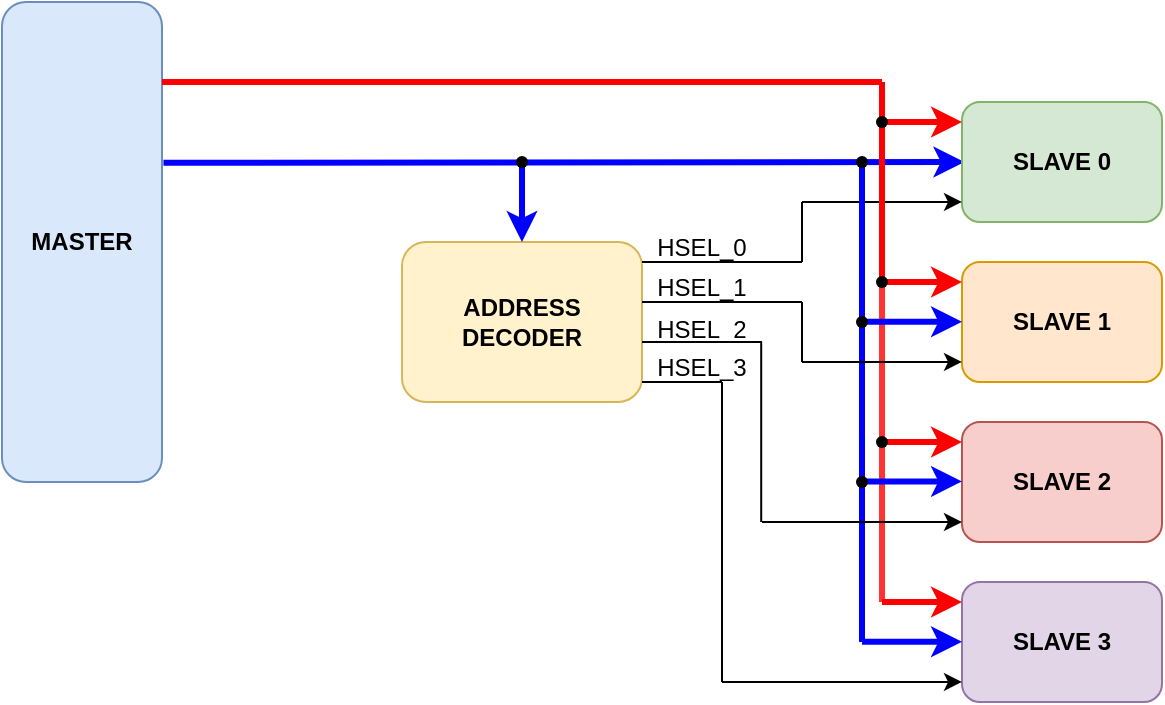
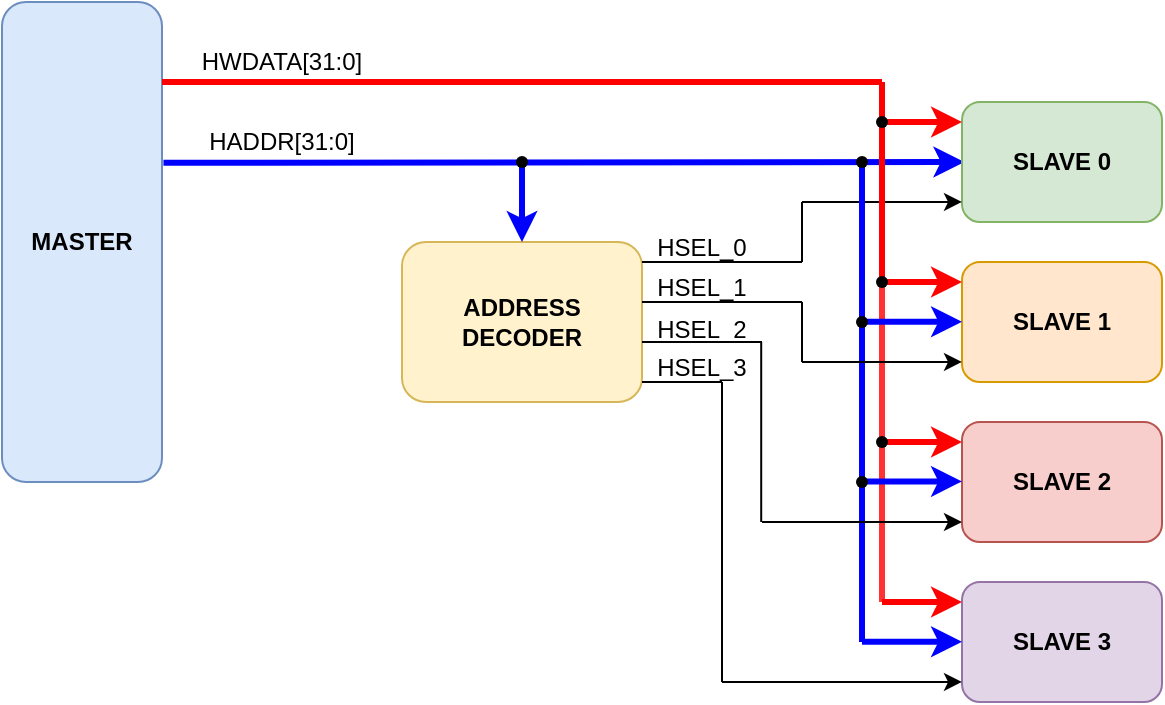
<mxfile host="app.diagrams.net" agent="Mozilla/5.0 (Windows NT 10.0; Win64; x64) AppleWebKit/537.36 (KHTML, like Gecko) Chrome/144.0.0.0 Safari/537.36 Edg/144.0.0.0" pages="4">
  <diagram id="00dOMP4ly3Yvcw6Omt_P" name="AHB Block Diagram">
-     <mxGraphModel dx="255" dy="368" grid="1" gridSize="10" guides="1" tooltips="1" connect="1" arrows="1" fold="1" page="1" pageScale="1" pageWidth="850" pageHeight="1100" math="0" shadow="0">
+     <mxGraphModel dx="364" dy="526" grid="1" gridSize="10" guides="1" tooltips="1" connect="1" arrows="1" fold="1" page="1" pageScale="1" pageWidth="850" pageHeight="1100" math="0" shadow="0">
      <root>
        <mxCell id="0" />
        <mxCell id="1" parent="0" />
        <mxCell id="WVtcaOnAu4kVJNJomXHp-1" parent="1" style="rounded=1;whiteSpace=wrap;html=1;fillColor=#dae8fc;strokeColor=#6c8ebf;" value="&lt;b&gt;MASTER&lt;/b&gt;" vertex="1">
          <mxGeometry height="240" width="80" x="80" y="160" as="geometry" />
        </mxCell>
        <mxCell id="WVtcaOnAu4kVJNJomXHp-3" parent="1" style="rounded=1;whiteSpace=wrap;html=1;fillColor=#fff2cc;strokeColor=#d6b656;" value="&lt;b&gt;ADDRESS DECODER&lt;/b&gt;" vertex="1">
          <mxGeometry height="80" width="120" x="280" y="280" as="geometry" />
        </mxCell>
        <mxCell id="WVtcaOnAu4kVJNJomXHp-4" edge="1" parent="1" source="WVtcaOnAu4kVJNJomXHp-1" style="endArrow=classic;html=1;rounded=0;exitX=1.009;exitY=0.335;exitDx=0;exitDy=0;exitPerimeter=0;strokeWidth=3;strokeColor=#0000FF;" value="">
          <mxGeometry height="50" relative="1" width="50" as="geometry">
            <mxPoint x="170" y="240" as="sourcePoint" />
            <mxPoint x="561.2" y="240" as="targetPoint" />
          </mxGeometry>
        </mxCell>
        <mxCell id="WVtcaOnAu4kVJNJomXHp-5" edge="1" parent="1" source="WVtcaOnAu4kVJNJomXHp-6" style="endArrow=classic;html=1;rounded=0;entryX=0.5;entryY=0;entryDx=0;entryDy=0;strokeWidth=3;strokeColor=#0000FF;" target="WVtcaOnAu4kVJNJomXHp-3" value="">
          <mxGeometry height="50" relative="1" width="50" as="geometry">
            <mxPoint x="340" y="240" as="sourcePoint" />
            <mxPoint x="390" y="190" as="targetPoint" />
          </mxGeometry>
        </mxCell>
        <mxCell id="WVtcaOnAu4kVJNJomXHp-6" parent="1" style="shape=waypoint;sketch=0;fillStyle=solid;size=6;pointerEvents=1;points=[];fillColor=none;resizable=0;rotatable=0;perimeter=centerPerimeter;snapToPoint=1;" value="" vertex="1">
          <mxGeometry height="20" width="20" x="330" y="230" as="geometry" />
        </mxCell>
        <mxCell id="WVtcaOnAu4kVJNJomXHp-7" parent="1" style="rounded=1;whiteSpace=wrap;html=1;fillColor=#d5e8d4;strokeColor=#82b366;fontStyle=1" value="SLAVE 0" vertex="1">
          <mxGeometry height="60" width="100" x="560" y="210" as="geometry" />
        </mxCell>
        <mxCell id="WVtcaOnAu4kVJNJomXHp-8" parent="1" style="rounded=1;whiteSpace=wrap;html=1;fillColor=#ffe6cc;strokeColor=#d79b00;fontStyle=1" value="SLAVE 1" vertex="1">
          <mxGeometry height="60" width="100" x="560" y="290" as="geometry" />
        </mxCell>
        <mxCell id="WVtcaOnAu4kVJNJomXHp-9" parent="1" style="rounded=1;whiteSpace=wrap;html=1;fillColor=#f8cecc;strokeColor=#b85450;fontStyle=1" value="SLAVE 2" vertex="1">
          <mxGeometry height="60" width="100" x="560" y="370" as="geometry" />
        </mxCell>
        <mxCell id="WVtcaOnAu4kVJNJomXHp-10" parent="1" style="rounded=1;whiteSpace=wrap;html=1;fillColor=#e1d5e7;strokeColor=#9673a6;fontStyle=1" value="SLAVE 3" vertex="1">
          <mxGeometry height="60" width="100" x="560" y="450" as="geometry" />
        </mxCell>
        <mxCell id="WVtcaOnAu4kVJNJomXHp-11" edge="1" parent="1" source="WVtcaOnAu4kVJNJomXHp-3" style="endArrow=none;html=1;rounded=0;exitX=1;exitY=0.125;exitDx=0;exitDy=0;exitPerimeter=0;" value="">
          <mxGeometry height="50" relative="1" width="50" as="geometry">
            <mxPoint x="410" y="290" as="sourcePoint" />
            <mxPoint x="480" y="290" as="targetPoint" />
          </mxGeometry>
        </mxCell>
        <mxCell id="WVtcaOnAu4kVJNJomXHp-12" edge="1" parent="1" style="endArrow=none;html=1;rounded=0;" value="">
          <mxGeometry height="50" relative="1" width="50" as="geometry">
            <mxPoint x="480" y="290" as="sourcePoint" />
            <mxPoint x="480" y="260" as="targetPoint" />
          </mxGeometry>
        </mxCell>
        <mxCell id="WVtcaOnAu4kVJNJomXHp-13" edge="1" parent="1" style="endArrow=classic;html=1;rounded=0;entryX=0;entryY=0.833;entryDx=0;entryDy=0;entryPerimeter=0;" target="WVtcaOnAu4kVJNJomXHp-7" value="">
          <mxGeometry height="50" relative="1" width="50" as="geometry">
            <mxPoint x="480" y="260" as="sourcePoint" />
            <mxPoint x="540" y="260" as="targetPoint" />
          </mxGeometry>
        </mxCell>
        <mxCell id="WVtcaOnAu4kVJNJomXHp-18" edge="1" parent="1" style="endArrow=none;html=1;rounded=0;strokeWidth=3;strokeColor=#FF0000;" value="">
          <mxGeometry height="50" relative="1" width="50" as="geometry">
            <mxPoint x="160" y="200" as="sourcePoint" />
            <mxPoint x="520" y="200" as="targetPoint" />
          </mxGeometry>
        </mxCell>
        <mxCell id="WVtcaOnAu4kVJNJomXHp-19" edge="1" parent="1" source="WVtcaOnAu4kVJNJomXHp-25" style="endArrow=none;html=1;rounded=0;strokeWidth=3;strokeColor=#FF0000;" value="">
          <mxGeometry height="50" relative="1" width="50" as="geometry">
            <mxPoint x="520" y="380" as="sourcePoint" />
            <mxPoint x="520" y="200" as="targetPoint" />
          </mxGeometry>
        </mxCell>
        <mxCell id="WVtcaOnAu4kVJNJomXHp-20" edge="1" parent="1" style="endArrow=classic;html=1;rounded=0;entryX=0;entryY=0.167;entryDx=0;entryDy=0;entryPerimeter=0;strokeWidth=3;strokeColor=#FF0000;" target="WVtcaOnAu4kVJNJomXHp-7" value="">
          <mxGeometry height="50" relative="1" width="50" as="geometry">
            <mxPoint x="520" y="220" as="sourcePoint" />
            <mxPoint x="570" y="170" as="targetPoint" />
          </mxGeometry>
        </mxCell>
        <mxCell id="WVtcaOnAu4kVJNJomXHp-22" edge="1" parent="1" style="endArrow=classic;html=1;rounded=0;entryX=0;entryY=0.167;entryDx=0;entryDy=0;entryPerimeter=0;strokeWidth=3;strokeColor=#FF0000;" value="">
          <mxGeometry height="50" relative="1" width="50" as="geometry">
            <mxPoint x="520" y="300" as="sourcePoint" />
            <mxPoint x="560" y="300" as="targetPoint" />
          </mxGeometry>
        </mxCell>
        <mxCell id="WVtcaOnAu4kVJNJomXHp-23" parent="1" style="shape=waypoint;sketch=0;fillStyle=solid;size=6;pointerEvents=1;points=[];fillColor=none;resizable=0;rotatable=0;perimeter=centerPerimeter;snapToPoint=1;" value="" vertex="1">
          <mxGeometry height="20" width="20" x="510" y="210" as="geometry" />
        </mxCell>
        <mxCell id="WVtcaOnAu4kVJNJomXHp-24" edge="1" parent="1" style="endArrow=classic;html=1;rounded=0;entryX=0;entryY=0.167;entryDx=0;entryDy=0;entryPerimeter=0;strokeWidth=3;strokeColor=#FF0000;" value="">
          <mxGeometry height="50" relative="1" width="50" as="geometry">
            <mxPoint x="520" y="380" as="sourcePoint" />
            <mxPoint x="560" y="380" as="targetPoint" />
          </mxGeometry>
        </mxCell>
        <mxCell id="WVtcaOnAu4kVJNJomXHp-26" edge="1" parent="1" style="endArrow=none;html=1;rounded=0;strokeWidth=3;strokeColor=#FF3333;" target="WVtcaOnAu4kVJNJomXHp-25" value="">
          <mxGeometry height="50" relative="1" width="50" as="geometry">
            <mxPoint x="520" y="460" as="sourcePoint" />
            <mxPoint x="520" y="200" as="targetPoint" />
          </mxGeometry>
        </mxCell>
        <mxCell id="WVtcaOnAu4kVJNJomXHp-25" parent="1" style="shape=waypoint;sketch=0;fillStyle=solid;size=6;pointerEvents=1;points=[];fillColor=none;resizable=0;rotatable=0;perimeter=centerPerimeter;snapToPoint=1;" value="" vertex="1">
          <mxGeometry height="20" width="20" x="510" y="290" as="geometry" />
        </mxCell>
        <mxCell id="WVtcaOnAu4kVJNJomXHp-27" edge="1" parent="1" style="endArrow=none;html=1;rounded=0;strokeWidth=3;strokeColor=#0000FF;" target="WVtcaOnAu4kVJNJomXHp-30" value="">
          <mxGeometry height="50" relative="1" width="50" as="geometry">
            <mxPoint x="510" y="480" as="sourcePoint" />
            <mxPoint x="510" y="240" as="targetPoint" />
          </mxGeometry>
        </mxCell>
        <mxCell id="WVtcaOnAu4kVJNJomXHp-28" edge="1" parent="1" style="endArrow=classic;html=1;rounded=0;entryX=0;entryY=0.167;entryDx=0;entryDy=0;entryPerimeter=0;strokeWidth=3;strokeColor=#0000FF;" value="">
          <mxGeometry height="50" relative="1" width="50" as="geometry">
            <mxPoint x="510" y="399.72" as="sourcePoint" />
            <mxPoint x="560" y="399.72" as="targetPoint" />
          </mxGeometry>
        </mxCell>
        <mxCell id="WVtcaOnAu4kVJNJomXHp-29" edge="1" parent="1" style="endArrow=classic;html=1;rounded=0;entryX=0;entryY=0.167;entryDx=0;entryDy=0;entryPerimeter=0;strokeWidth=3;strokeColor=#0000FF;" value="">
          <mxGeometry height="50" relative="1" width="50" as="geometry">
            <mxPoint x="510" y="319.86" as="sourcePoint" />
            <mxPoint x="560" y="319.86" as="targetPoint" />
          </mxGeometry>
        </mxCell>
        <mxCell id="WVtcaOnAu4kVJNJomXHp-30" parent="1" style="shape=waypoint;sketch=0;fillStyle=solid;size=6;pointerEvents=1;points=[];fillColor=none;resizable=0;rotatable=0;perimeter=centerPerimeter;snapToPoint=1;" value="" vertex="1">
          <mxGeometry height="20" width="20" x="500.0000000000001" y="230" as="geometry" />
        </mxCell>
        <mxCell id="WVtcaOnAu4kVJNJomXHp-31" parent="1" style="shape=waypoint;sketch=0;fillStyle=solid;size=6;pointerEvents=1;points=[];fillColor=none;resizable=0;rotatable=0;perimeter=centerPerimeter;snapToPoint=1;" value="" vertex="1">
          <mxGeometry height="20" width="20" x="500" y="310" as="geometry" />
        </mxCell>
        <mxCell id="WVtcaOnAu4kVJNJomXHp-32" edge="1" parent="1" style="endArrow=classic;html=1;rounded=0;entryX=0;entryY=0.167;entryDx=0;entryDy=0;entryPerimeter=0;strokeWidth=3;strokeColor=#FF0000;" value="">
          <mxGeometry height="50" relative="1" width="50" as="geometry">
            <mxPoint x="520" y="460" as="sourcePoint" />
            <mxPoint x="560" y="460" as="targetPoint" />
          </mxGeometry>
        </mxCell>
        <mxCell id="WVtcaOnAu4kVJNJomXHp-33" edge="1" parent="1" style="endArrow=classic;html=1;rounded=0;entryX=0;entryY=0.167;entryDx=0;entryDy=0;entryPerimeter=0;strokeWidth=3;strokeColor=#0000FF;" value="">
          <mxGeometry height="50" relative="1" width="50" as="geometry">
            <mxPoint x="510" y="479.88" as="sourcePoint" />
            <mxPoint x="560" y="479.88" as="targetPoint" />
          </mxGeometry>
        </mxCell>
        <mxCell id="WVtcaOnAu4kVJNJomXHp-34" parent="1" style="shape=waypoint;sketch=0;fillStyle=solid;size=6;pointerEvents=1;points=[];fillColor=none;resizable=0;rotatable=0;perimeter=centerPerimeter;snapToPoint=1;" value="" vertex="1">
          <mxGeometry height="20" width="20" x="510" y="370" as="geometry" />
        </mxCell>
        <mxCell id="WVtcaOnAu4kVJNJomXHp-35" parent="1" style="shape=waypoint;sketch=0;fillStyle=solid;size=6;pointerEvents=1;points=[];fillColor=none;resizable=0;rotatable=0;perimeter=centerPerimeter;snapToPoint=1;" value="" vertex="1">
          <mxGeometry height="20" width="20" x="500" y="390" as="geometry" />
        </mxCell>
        <mxCell id="WVtcaOnAu4kVJNJomXHp-38" edge="1" parent="1" style="endArrow=none;html=1;rounded=0;" value="">
          <mxGeometry height="50" relative="1" width="50" as="geometry">
            <mxPoint x="400" y="310" as="sourcePoint" />
            <mxPoint x="480" y="310" as="targetPoint" />
          </mxGeometry>
        </mxCell>
        <mxCell id="WVtcaOnAu4kVJNJomXHp-39" edge="1" parent="1" style="endArrow=none;html=1;rounded=0;" value="">
          <mxGeometry height="50" relative="1" width="50" as="geometry">
            <mxPoint x="400" y="330" as="sourcePoint" />
            <mxPoint x="460" y="330" as="targetPoint" />
          </mxGeometry>
        </mxCell>
        <mxCell id="WVtcaOnAu4kVJNJomXHp-40" edge="1" parent="1" style="endArrow=none;html=1;rounded=0;" value="">
          <mxGeometry height="50" relative="1" width="50" as="geometry">
            <mxPoint x="400" y="350" as="sourcePoint" />
            <mxPoint x="440" y="350" as="targetPoint" />
          </mxGeometry>
        </mxCell>
        <mxCell id="WVtcaOnAu4kVJNJomXHp-41" edge="1" parent="1" style="endArrow=none;html=1;rounded=0;" value="">
          <mxGeometry height="50" relative="1" width="50" as="geometry">
            <mxPoint x="440" y="500" as="sourcePoint" />
            <mxPoint x="440" y="350" as="targetPoint" />
          </mxGeometry>
        </mxCell>
        <mxCell id="WVtcaOnAu4kVJNJomXHp-42" edge="1" parent="1" style="endArrow=classic;html=1;rounded=0;entryX=0;entryY=0.833;entryDx=0;entryDy=0;entryPerimeter=0;" target="WVtcaOnAu4kVJNJomXHp-10" value="">
          <mxGeometry height="50" relative="1" width="50" as="geometry">
            <mxPoint x="440" y="499.98" as="sourcePoint" />
            <mxPoint x="470" y="450" as="targetPoint" />
          </mxGeometry>
        </mxCell>
        <mxCell id="WVtcaOnAu4kVJNJomXHp-43" edge="1" parent="1" style="endArrow=none;html=1;rounded=0;" value="">
          <mxGeometry height="50" relative="1" width="50" as="geometry">
            <mxPoint x="459.6" y="420" as="sourcePoint" />
            <mxPoint x="459.6" y="330" as="targetPoint" />
          </mxGeometry>
        </mxCell>
        <mxCell id="WVtcaOnAu4kVJNJomXHp-44" edge="1" parent="1" style="endArrow=classic;html=1;rounded=0;entryX=0;entryY=0.833;entryDx=0;entryDy=0;entryPerimeter=0;" value="">
          <mxGeometry height="50" relative="1" width="50" as="geometry">
            <mxPoint x="460" y="420" as="sourcePoint" />
            <mxPoint x="560" y="420" as="targetPoint" />
          </mxGeometry>
        </mxCell>
        <mxCell id="WVtcaOnAu4kVJNJomXHp-45" edge="1" parent="1" style="endArrow=none;html=1;rounded=0;" value="">
          <mxGeometry height="50" relative="1" width="50" as="geometry">
            <mxPoint x="480" y="340" as="sourcePoint" />
            <mxPoint x="480" y="310" as="targetPoint" />
          </mxGeometry>
        </mxCell>
        <mxCell id="WVtcaOnAu4kVJNJomXHp-46" edge="1" parent="1" style="endArrow=classic;html=1;rounded=0;entryX=0;entryY=0.833;entryDx=0;entryDy=0;entryPerimeter=0;" target="WVtcaOnAu4kVJNJomXHp-8" value="">
          <mxGeometry height="50" relative="1" width="50" as="geometry">
            <mxPoint x="480" y="340" as="sourcePoint" />
            <mxPoint x="550" y="340" as="targetPoint" />
          </mxGeometry>
        </mxCell>
        <mxCell id="WVtcaOnAu4kVJNJomXHp-47" parent="1" style="text;html=1;whiteSpace=wrap;strokeColor=none;fillColor=none;align=center;verticalAlign=middle;rounded=0;" value="HSEL_0" vertex="1">
          <mxGeometry height="15" width="60" x="400" y="275" as="geometry" />
        </mxCell>
        <mxCell id="WVtcaOnAu4kVJNJomXHp-48" parent="1" style="text;html=1;whiteSpace=wrap;strokeColor=none;fillColor=none;align=center;verticalAlign=middle;rounded=0;" value="HSEL_1" vertex="1">
          <mxGeometry height="15" width="60" x="400" y="295" as="geometry" />
        </mxCell>
        <mxCell id="WVtcaOnAu4kVJNJomXHp-49" parent="1" style="text;html=1;whiteSpace=wrap;strokeColor=none;fillColor=none;align=center;verticalAlign=middle;rounded=0;" value="HSEL_2" vertex="1">
          <mxGeometry height="7.5" width="60" x="400" y="320" as="geometry" />
        </mxCell>
        <mxCell id="WVtcaOnAu4kVJNJomXHp-50" parent="1" style="text;html=1;whiteSpace=wrap;strokeColor=none;fillColor=none;align=center;verticalAlign=middle;rounded=0;" value="HSEL_3" vertex="1">
          <mxGeometry height="15" width="60" x="400" y="335" as="geometry" />
+         </mxCell>
+         <mxCell id="WVtcaOnAu4kVJNJomXHp-51" parent="1" style="text;html=1;whiteSpace=wrap;strokeColor=none;fillColor=none;align=center;verticalAlign=middle;rounded=0;" value="HWDATA[31:0]" vertex="1">
+           <mxGeometry height="20" width="80" x="180" y="180" as="geometry" />
+         </mxCell>
+         <mxCell id="WVtcaOnAu4kVJNJomXHp-52" parent="1" style="text;html=1;whiteSpace=wrap;strokeColor=none;fillColor=none;align=center;verticalAlign=middle;rounded=0;" value="HADDR[31:0]" vertex="1">
+           <mxGeometry height="20" width="80" x="180" y="220" as="geometry" />
        </mxCell>
      </root>
    </mxGraphModel>
  </diagram>
  <diagram name="AHB Interface" id="AxdGKtdG9Rmgfqjtrl1U">
    <mxGraphModel dx="2046" dy="1106" grid="1" gridSize="10" guides="1" tooltips="1" connect="1" arrows="1" fold="1" page="1" pageScale="1" pageWidth="850" pageHeight="1100" math="0" shadow="0">
      <root>
        <mxCell id="0" />
        <mxCell id="1" parent="0" />
        <mxCell id="BZ9neWvH9tw47nREzwFn-1" parent="1" style="rounded=0;whiteSpace=wrap;html=1;" value="&lt;font style=&quot;font-size: 16px;&quot;&gt;&lt;b&gt;Manager&lt;/b&gt;&lt;/font&gt;" vertex="1">
          <mxGeometry height="200" width="120" x="400" y="80" as="geometry" />
        </mxCell>
        <mxCell id="BZ9neWvH9tw47nREzwFn-2" edge="1" parent="1" style="endArrow=classic;html=1;rounded=0;" value="">
          <mxGeometry height="50" relative="1" width="50" as="geometry">
            <mxPoint x="360" y="100" as="sourcePoint" />
            <mxPoint x="400" y="100" as="targetPoint" />
          </mxGeometry>
        </mxCell>
        <mxCell id="BZ9neWvH9tw47nREzwFn-3" edge="1" parent="1" style="endArrow=classic;html=1;rounded=0;" value="">
          <mxGeometry height="50" relative="1" width="50" as="geometry">
            <mxPoint x="360" y="120" as="sourcePoint" />
            <mxPoint x="400" y="120" as="targetPoint" />
          </mxGeometry>
        </mxCell>
        <mxCell id="BZ9neWvH9tw47nREzwFn-4" parent="1" style="text;html=1;whiteSpace=wrap;strokeColor=none;fillColor=none;align=center;verticalAlign=middle;rounded=0;fontStyle=1" value="HCLK" vertex="1">
          <mxGeometry height="20" width="40" x="320" y="90" as="geometry" />
        </mxCell>
        <mxCell id="BZ9neWvH9tw47nREzwFn-5" parent="1" style="text;html=1;whiteSpace=wrap;strokeColor=none;fillColor=none;align=center;verticalAlign=middle;rounded=0;fontStyle=1" value="HRESETn" vertex="1">
          <mxGeometry height="20" width="60" x="300" y="110" as="geometry" />
        </mxCell>
        <mxCell id="BZ9neWvH9tw47nREzwFn-6" parent="1" style="text;html=1;whiteSpace=wrap;strokeColor=none;fillColor=none;align=center;verticalAlign=middle;rounded=0;fontStyle=1" value="HREADY" vertex="1">
          <mxGeometry height="20" width="60" x="300" y="150" as="geometry" />
        </mxCell>
        <mxCell id="BZ9neWvH9tw47nREzwFn-7" edge="1" parent="1" style="endArrow=classic;html=1;rounded=0;" value="">
          <mxGeometry height="50" relative="1" width="50" as="geometry">
            <mxPoint x="360" y="160" as="sourcePoint" />
            <mxPoint x="400" y="160" as="targetPoint" />
          </mxGeometry>
        </mxCell>
        <mxCell id="BZ9neWvH9tw47nREzwFn-8" edge="1" parent="1" style="endArrow=classic;html=1;rounded=0;" value="">
          <mxGeometry height="50" relative="1" width="50" as="geometry">
            <mxPoint x="360" y="180" as="sourcePoint" />
            <mxPoint x="400" y="180" as="targetPoint" />
          </mxGeometry>
        </mxCell>
        <mxCell id="BZ9neWvH9tw47nREzwFn-9" parent="1" style="text;html=1;whiteSpace=wrap;strokeColor=none;fillColor=none;align=center;verticalAlign=middle;rounded=0;fontStyle=1" value="HSELx" vertex="1">
          <mxGeometry height="20" width="60" x="310" y="430" as="geometry" />
        </mxCell>
        <mxCell id="BZ9neWvH9tw47nREzwFn-10" edge="1" parent="1" style="endArrow=classic;html=1;rounded=0;" value="">
          <mxGeometry height="50" relative="1" width="50" as="geometry">
            <mxPoint x="360" y="260" as="sourcePoint" />
            <mxPoint x="400" y="260" as="targetPoint" />
          </mxGeometry>
        </mxCell>
        <mxCell id="BZ9neWvH9tw47nREzwFn-11" parent="1" style="text;html=1;whiteSpace=wrap;strokeColor=none;fillColor=none;align=center;verticalAlign=middle;rounded=0;fontStyle=1" value="HRDATA[31:0]" vertex="1">
          <mxGeometry height="20" width="90" x="270" y="250" as="geometry" />
        </mxCell>
        <mxCell id="BZ9neWvH9tw47nREzwFn-12" edge="1" parent="1" style="endArrow=classic;html=1;rounded=0;" value="">
          <mxGeometry height="50" relative="1" width="50" as="geometry">
            <mxPoint x="520" y="99.83" as="sourcePoint" />
            <mxPoint x="560" y="99.83" as="targetPoint" />
          </mxGeometry>
        </mxCell>
        <mxCell id="BZ9neWvH9tw47nREzwFn-13" edge="1" parent="1" style="endArrow=classic;html=1;rounded=0;" value="">
          <mxGeometry height="50" relative="1" width="50" as="geometry">
            <mxPoint x="520" y="119.83" as="sourcePoint" />
            <mxPoint x="560" y="119.83" as="targetPoint" />
          </mxGeometry>
        </mxCell>
        <mxCell id="BZ9neWvH9tw47nREzwFn-14" edge="1" parent="1" style="endArrow=classic;html=1;rounded=0;" value="">
          <mxGeometry height="50" relative="1" width="50" as="geometry">
            <mxPoint x="520" y="159.83" as="sourcePoint" />
            <mxPoint x="560" y="159.83" as="targetPoint" />
          </mxGeometry>
        </mxCell>
        <mxCell id="BZ9neWvH9tw47nREzwFn-15" edge="1" parent="1" style="endArrow=classic;html=1;rounded=0;" value="">
          <mxGeometry height="50" relative="1" width="50" as="geometry">
            <mxPoint x="520" y="140" as="sourcePoint" />
            <mxPoint x="560" y="140" as="targetPoint" />
          </mxGeometry>
        </mxCell>
        <mxCell id="BZ9neWvH9tw47nREzwFn-16" edge="1" parent="1" style="endArrow=classic;html=1;rounded=0;" value="">
          <mxGeometry height="50" relative="1" width="50" as="geometry">
            <mxPoint x="520" y="179.83" as="sourcePoint" />
            <mxPoint x="560" y="179.83" as="targetPoint" />
          </mxGeometry>
        </mxCell>
        <mxCell id="BZ9neWvH9tw47nREzwFn-17" edge="1" parent="1" style="endArrow=classic;html=1;rounded=0;" value="">
          <mxGeometry height="50" relative="1" width="50" as="geometry">
            <mxPoint x="520" y="200" as="sourcePoint" />
            <mxPoint x="560" y="200" as="targetPoint" />
          </mxGeometry>
        </mxCell>
        <mxCell id="BZ9neWvH9tw47nREzwFn-18" parent="1" style="text;html=1;whiteSpace=wrap;strokeColor=none;fillColor=none;align=center;verticalAlign=middle;rounded=0;fontStyle=1" value="HADDR[31:0]" vertex="1">
          <mxGeometry height="20" width="80" x="560" y="90" as="geometry" />
        </mxCell>
        <mxCell id="BZ9neWvH9tw47nREzwFn-19" parent="1" style="text;html=1;whiteSpace=wrap;strokeColor=none;fillColor=none;align=center;verticalAlign=middle;rounded=0;fontStyle=1" value="HWRITE" vertex="1">
          <mxGeometry height="20" width="60" x="560" y="110" as="geometry" />
        </mxCell>
        <mxCell id="BZ9neWvH9tw47nREzwFn-20" parent="1" style="text;html=1;whiteSpace=wrap;strokeColor=none;fillColor=none;align=center;verticalAlign=middle;rounded=0;fontStyle=1" value="HSIZE[2:0]" vertex="1">
          <mxGeometry height="20" width="70" x="560" y="130" as="geometry" />
        </mxCell>
        <mxCell id="BZ9neWvH9tw47nREzwFn-21" parent="1" style="text;html=1;whiteSpace=wrap;strokeColor=none;fillColor=none;align=center;verticalAlign=middle;rounded=0;fontStyle=1" value="HBURST[2:0]" vertex="1">
          <mxGeometry height="20" width="80" x="560" y="150" as="geometry" />
        </mxCell>
        <mxCell id="BZ9neWvH9tw47nREzwFn-22" parent="1" style="text;html=1;whiteSpace=wrap;strokeColor=none;fillColor=none;align=center;verticalAlign=middle;rounded=0;fontStyle=1" value="HPROT[3:0]" vertex="1">
          <mxGeometry height="20" width="80" x="560" y="170" as="geometry" />
        </mxCell>
        <mxCell id="BZ9neWvH9tw47nREzwFn-23" parent="1" style="text;html=1;whiteSpace=wrap;strokeColor=none;fillColor=none;align=center;verticalAlign=middle;rounded=0;fontStyle=1" value="HTRANS[1:0]" vertex="1">
          <mxGeometry height="20" width="80" x="560" y="190" as="geometry" />
        </mxCell>
        <mxCell id="BZ9neWvH9tw47nREzwFn-24" edge="1" parent="1" style="endArrow=classic;html=1;rounded=0;" value="">
          <mxGeometry height="50" relative="1" width="50" as="geometry">
            <mxPoint x="520" y="220" as="sourcePoint" />
            <mxPoint x="560" y="220" as="targetPoint" />
          </mxGeometry>
        </mxCell>
        <mxCell id="BZ9neWvH9tw47nREzwFn-25" parent="1" style="text;html=1;whiteSpace=wrap;strokeColor=none;fillColor=none;align=center;verticalAlign=middle;rounded=0;fontStyle=1" value="HMASTLOCK" vertex="1">
          <mxGeometry height="20" width="80" x="560" y="210" as="geometry" />
        </mxCell>
        <mxCell id="BZ9neWvH9tw47nREzwFn-26" edge="1" parent="1" style="endArrow=classic;html=1;rounded=0;" value="">
          <mxGeometry height="50" relative="1" width="50" as="geometry">
            <mxPoint x="520" y="259.8" as="sourcePoint" />
            <mxPoint x="560" y="259.8" as="targetPoint" />
          </mxGeometry>
        </mxCell>
        <mxCell id="BZ9neWvH9tw47nREzwFn-30" parent="1" style="text;html=1;whiteSpace=wrap;strokeColor=none;fillColor=none;align=center;verticalAlign=middle;rounded=0;fontStyle=1" value="HWDATA[31:0]" vertex="1">
          <mxGeometry height="20" width="95" x="555" y="250" as="geometry" />
        </mxCell>
        <mxCell id="BZ9neWvH9tw47nREzwFn-31" parent="1" style="rounded=0;whiteSpace=wrap;html=1;" value="&lt;font style=&quot;font-size: 16px;&quot;&gt;&lt;b&gt;Slave&lt;/b&gt;&lt;/font&gt;" vertex="1">
          <mxGeometry height="320" width="120" x="400" y="360" as="geometry" />
        </mxCell>
        <mxCell id="BZ9neWvH9tw47nREzwFn-32" edge="1" parent="1" style="endArrow=classic;html=1;rounded=0;" value="">
          <mxGeometry height="50" relative="1" width="50" as="geometry">
            <mxPoint x="360" y="489.83" as="sourcePoint" />
            <mxPoint x="400" y="489.83" as="targetPoint" />
          </mxGeometry>
        </mxCell>
        <mxCell id="BZ9neWvH9tw47nREzwFn-33" edge="1" parent="1" style="endArrow=classic;html=1;rounded=0;" value="">
          <mxGeometry height="50" relative="1" width="50" as="geometry">
            <mxPoint x="360" y="509.83" as="sourcePoint" />
            <mxPoint x="400" y="509.83" as="targetPoint" />
          </mxGeometry>
        </mxCell>
        <mxCell id="BZ9neWvH9tw47nREzwFn-34" edge="1" parent="1" style="endArrow=classic;html=1;rounded=0;" value="">
          <mxGeometry height="50" relative="1" width="50" as="geometry">
            <mxPoint x="360" y="549.83" as="sourcePoint" />
            <mxPoint x="400" y="549.83" as="targetPoint" />
          </mxGeometry>
        </mxCell>
        <mxCell id="BZ9neWvH9tw47nREzwFn-35" edge="1" parent="1" style="endArrow=classic;html=1;rounded=0;" value="">
          <mxGeometry height="50" relative="1" width="50" as="geometry">
            <mxPoint x="360" y="530" as="sourcePoint" />
            <mxPoint x="400" y="530" as="targetPoint" />
          </mxGeometry>
        </mxCell>
        <mxCell id="BZ9neWvH9tw47nREzwFn-36" edge="1" parent="1" style="endArrow=classic;html=1;rounded=0;" value="">
          <mxGeometry height="50" relative="1" width="50" as="geometry">
            <mxPoint x="360" y="569.83" as="sourcePoint" />
            <mxPoint x="400" y="569.83" as="targetPoint" />
          </mxGeometry>
        </mxCell>
        <mxCell id="BZ9neWvH9tw47nREzwFn-37" edge="1" parent="1" style="endArrow=classic;html=1;rounded=0;" value="">
          <mxGeometry height="50" relative="1" width="50" as="geometry">
            <mxPoint x="360" y="590" as="sourcePoint" />
            <mxPoint x="400" y="590" as="targetPoint" />
          </mxGeometry>
        </mxCell>
        <mxCell id="BZ9neWvH9tw47nREzwFn-38" parent="1" style="text;html=1;whiteSpace=wrap;strokeColor=none;fillColor=none;align=center;verticalAlign=middle;rounded=0;fontStyle=1" value="HADDR[31:0]" vertex="1">
          <mxGeometry height="20" width="80" x="275" y="480" as="geometry" />
        </mxCell>
        <mxCell id="BZ9neWvH9tw47nREzwFn-39" parent="1" style="text;html=1;whiteSpace=wrap;strokeColor=none;fillColor=none;align=center;verticalAlign=middle;rounded=0;fontStyle=1" value="HWRITE" vertex="1">
          <mxGeometry height="20" width="60" x="275" y="500" as="geometry" />
        </mxCell>
        <mxCell id="BZ9neWvH9tw47nREzwFn-40" parent="1" style="text;html=1;whiteSpace=wrap;strokeColor=none;fillColor=none;align=center;verticalAlign=middle;rounded=0;fontStyle=1" value="HSIZE[2:0]" vertex="1">
          <mxGeometry height="20" width="70" x="275" y="520" as="geometry" />
        </mxCell>
        <mxCell id="BZ9neWvH9tw47nREzwFn-41" parent="1" style="text;html=1;whiteSpace=wrap;strokeColor=none;fillColor=none;align=center;verticalAlign=middle;rounded=0;fontStyle=1" value="HBURST[2:0]" vertex="1">
          <mxGeometry height="20" width="80" x="275" y="540" as="geometry" />
        </mxCell>
        <mxCell id="BZ9neWvH9tw47nREzwFn-42" parent="1" style="text;html=1;whiteSpace=wrap;strokeColor=none;fillColor=none;align=center;verticalAlign=middle;rounded=0;fontStyle=1" value="HPROT[3:0]" vertex="1">
          <mxGeometry height="20" width="80" x="275" y="560" as="geometry" />
        </mxCell>
        <mxCell id="BZ9neWvH9tw47nREzwFn-43" parent="1" style="text;html=1;whiteSpace=wrap;strokeColor=none;fillColor=none;align=center;verticalAlign=middle;rounded=0;fontStyle=1" value="HTRANS[1:0]" vertex="1">
          <mxGeometry height="20" width="80" x="275" y="580" as="geometry" />
        </mxCell>
        <mxCell id="BZ9neWvH9tw47nREzwFn-44" edge="1" parent="1" style="endArrow=classic;html=1;rounded=0;" value="">
          <mxGeometry height="50" relative="1" width="50" as="geometry">
            <mxPoint x="360" y="610" as="sourcePoint" />
            <mxPoint x="400" y="610" as="targetPoint" />
          </mxGeometry>
        </mxCell>
        <mxCell id="BZ9neWvH9tw47nREzwFn-45" parent="1" style="text;html=1;whiteSpace=wrap;strokeColor=none;fillColor=none;align=center;verticalAlign=middle;rounded=0;fontStyle=1" value="HMASTLOCK" vertex="1">
          <mxGeometry height="20" width="80" x="275" y="600" as="geometry" />
        </mxCell>
        <mxCell id="BZ9neWvH9tw47nREzwFn-46" edge="1" parent="1" style="endArrow=classic;html=1;rounded=0;" value="">
          <mxGeometry height="50" relative="1" width="50" as="geometry">
            <mxPoint x="360" y="649.8" as="sourcePoint" />
            <mxPoint x="400" y="649.8" as="targetPoint" />
          </mxGeometry>
        </mxCell>
        <mxCell id="BZ9neWvH9tw47nREzwFn-47" parent="1" style="text;html=1;whiteSpace=wrap;strokeColor=none;fillColor=none;align=center;verticalAlign=middle;rounded=0;fontStyle=1" value="HWDATA[31:0]" vertex="1">
          <mxGeometry height="20" width="95" x="270" y="640" as="geometry" />
        </mxCell>
        <mxCell id="BZ9neWvH9tw47nREzwFn-49" edge="1" parent="1" style="endArrow=classic;html=1;rounded=0;" value="">
          <mxGeometry height="50" relative="1" width="50" as="geometry">
            <mxPoint x="360" y="380" as="sourcePoint" />
            <mxPoint x="400" y="380" as="targetPoint" />
          </mxGeometry>
        </mxCell>
        <mxCell id="BZ9neWvH9tw47nREzwFn-50" edge="1" parent="1" style="endArrow=classic;html=1;rounded=0;" value="">
          <mxGeometry height="50" relative="1" width="50" as="geometry">
            <mxPoint x="360" y="400" as="sourcePoint" />
            <mxPoint x="400" y="400" as="targetPoint" />
          </mxGeometry>
        </mxCell>
        <mxCell id="BZ9neWvH9tw47nREzwFn-51" edge="1" parent="1" style="endArrow=classic;html=1;rounded=0;" value="">
          <mxGeometry height="50" relative="1" width="50" as="geometry">
            <mxPoint x="360" y="440" as="sourcePoint" />
            <mxPoint x="400" y="440" as="targetPoint" />
          </mxGeometry>
        </mxCell>
        <mxCell id="BZ9neWvH9tw47nREzwFn-52" parent="1" style="text;html=1;whiteSpace=wrap;strokeColor=none;fillColor=none;align=center;verticalAlign=middle;rounded=0;fontStyle=1" value="HCLK" vertex="1">
          <mxGeometry height="20" width="40" x="320" y="370" as="geometry" />
        </mxCell>
        <mxCell id="BZ9neWvH9tw47nREzwFn-53" parent="1" style="text;html=1;whiteSpace=wrap;strokeColor=none;fillColor=none;align=center;verticalAlign=middle;rounded=0;fontStyle=1" value="HRESETn" vertex="1">
          <mxGeometry height="20" width="60" x="300" y="390" as="geometry" />
        </mxCell>
        <mxCell id="BZ9neWvH9tw47nREzwFn-54" parent="1" style="shape=curlyBracket;whiteSpace=wrap;html=1;rounded=1;labelPosition=left;verticalLabelPosition=middle;align=right;verticalAlign=middle;" value="" vertex="1">
          <mxGeometry height="35" width="20" x="230" y="90" as="geometry" />
        </mxCell>
        <mxCell id="BZ9neWvH9tw47nREzwFn-55" parent="1" style="text;html=1;whiteSpace=wrap;strokeColor=none;fillColor=none;align=center;verticalAlign=middle;rounded=0;fontStyle=1" value="HRESP" vertex="1">
          <mxGeometry height="20" width="60" x="300" y="170" as="geometry" />
        </mxCell>
        <mxCell id="BZ9neWvH9tw47nREzwFn-56" parent="1" style="shape=curlyBracket;whiteSpace=wrap;html=1;rounded=1;labelPosition=left;verticalLabelPosition=middle;align=right;verticalAlign=middle;" value="" vertex="1">
          <mxGeometry height="140" width="20" x="230" y="480" as="geometry" />
        </mxCell>
        <mxCell id="BZ9neWvH9tw47nREzwFn-57" parent="1" style="shape=curlyBracket;whiteSpace=wrap;html=1;rounded=1;labelPosition=left;verticalLabelPosition=middle;align=right;verticalAlign=middle;rotation=-180;" value="" vertex="1">
          <mxGeometry height="135" width="20" x="650" y="90" as="geometry" />
        </mxCell>
        <mxCell id="BZ9neWvH9tw47nREzwFn-58" parent="1" style="text;html=1;whiteSpace=wrap;strokeColor=none;fillColor=none;align=center;verticalAlign=middle;rounded=0;fontStyle=1" value="&lt;span style=&quot;font-weight: normal;&quot;&gt;Global signals&lt;/span&gt;" vertex="1">
          <mxGeometry height="20" width="90" x="140" y="97.5" as="geometry" />
        </mxCell>
        <mxCell id="BZ9neWvH9tw47nREzwFn-59" parent="1" style="text;html=1;whiteSpace=wrap;strokeColor=none;fillColor=none;align=center;verticalAlign=middle;rounded=0;fontStyle=1" value="&lt;span style=&quot;font-weight: normal;&quot;&gt;Transfer response&lt;/span&gt;" vertex="1">
          <mxGeometry height="20" width="60" x="170" y="157.5" as="geometry" />
        </mxCell>
        <mxCell id="BZ9neWvH9tw47nREzwFn-60" parent="1" style="text;html=1;whiteSpace=wrap;strokeColor=none;fillColor=none;align=center;verticalAlign=middle;rounded=0;fontStyle=1" value="&lt;span style=&quot;font-weight: normal;&quot;&gt;Data&lt;/span&gt;" vertex="1">
          <mxGeometry height="20" width="60" x="170" y="250" as="geometry" />
        </mxCell>
        <mxCell id="BZ9neWvH9tw47nREzwFn-61" parent="1" style="text;html=1;whiteSpace=wrap;strokeColor=none;fillColor=none;align=center;verticalAlign=middle;rounded=0;fontStyle=1" value="&lt;span style=&quot;font-weight: normal;&quot;&gt;Address and control signals&lt;/span&gt;" vertex="1">
          <mxGeometry height="37.5" width="90" x="670" y="140" as="geometry" />
        </mxCell>
        <mxCell id="BZ9neWvH9tw47nREzwFn-62" parent="1" style="shape=curlyBracket;whiteSpace=wrap;html=1;rounded=1;labelPosition=left;verticalLabelPosition=middle;align=right;verticalAlign=middle;" value="" vertex="1">
          <mxGeometry height="35" width="20" x="230" y="150" as="geometry" />
        </mxCell>
        <mxCell id="BZ9neWvH9tw47nREzwFn-63" parent="1" style="text;html=1;whiteSpace=wrap;strokeColor=none;fillColor=none;align=center;verticalAlign=middle;rounded=0;fontStyle=1" value="&lt;span style=&quot;font-weight: normal;&quot;&gt;Address and control signals&lt;/span&gt;" vertex="1">
          <mxGeometry height="37.5" width="90" x="140" y="531" as="geometry" />
        </mxCell>
        <mxCell id="BZ9neWvH9tw47nREzwFn-64" parent="1" style="shape=curlyBracket;whiteSpace=wrap;html=1;rounded=1;labelPosition=left;verticalLabelPosition=middle;align=right;verticalAlign=middle;" value="" vertex="1">
          <mxGeometry height="35" width="20" x="230" y="375" as="geometry" />
        </mxCell>
        <mxCell id="BZ9neWvH9tw47nREzwFn-65" parent="1" style="text;html=1;whiteSpace=wrap;strokeColor=none;fillColor=none;align=center;verticalAlign=middle;rounded=0;fontStyle=1" value="&lt;span style=&quot;font-weight: normal;&quot;&gt;Global signals&lt;/span&gt;" vertex="1">
          <mxGeometry height="20" width="90" x="140" y="382.5" as="geometry" />
        </mxCell>
        <mxCell id="BZ9neWvH9tw47nREzwFn-66" parent="1" style="text;html=1;whiteSpace=wrap;strokeColor=none;fillColor=none;align=center;verticalAlign=middle;rounded=0;fontStyle=1" value="&lt;span style=&quot;font-weight: normal;&quot;&gt;Data&lt;/span&gt;" vertex="1">
          <mxGeometry height="20" width="60" x="670" y="250" as="geometry" />
        </mxCell>
        <mxCell id="BZ9neWvH9tw47nREzwFn-67" edge="1" parent="1" style="endArrow=classic;html=1;rounded=0;" value="">
          <mxGeometry height="50" relative="1" width="50" as="geometry">
            <mxPoint x="520" y="490" as="sourcePoint" />
            <mxPoint x="560" y="490" as="targetPoint" />
          </mxGeometry>
        </mxCell>
        <mxCell id="BZ9neWvH9tw47nREzwFn-68" edge="1" parent="1" style="endArrow=classic;html=1;rounded=0;" value="">
          <mxGeometry height="50" relative="1" width="50" as="geometry">
            <mxPoint x="520" y="510" as="sourcePoint" />
            <mxPoint x="560" y="510" as="targetPoint" />
          </mxGeometry>
        </mxCell>
        <mxCell id="BZ9neWvH9tw47nREzwFn-69" parent="1" style="text;html=1;whiteSpace=wrap;strokeColor=none;fillColor=none;align=center;verticalAlign=middle;rounded=0;fontStyle=1" value="HREADY" vertex="1">
          <mxGeometry height="20" width="60" x="560" y="480" as="geometry" />
        </mxCell>
        <mxCell id="BZ9neWvH9tw47nREzwFn-70" parent="1" style="text;html=1;whiteSpace=wrap;strokeColor=none;fillColor=none;align=center;verticalAlign=middle;rounded=0;fontStyle=1" value="HRESP" vertex="1">
          <mxGeometry height="20" width="60" x="560" y="500" as="geometry" />
        </mxCell>
        <mxCell id="BZ9neWvH9tw47nREzwFn-71" edge="1" parent="1" style="endArrow=classic;html=1;rounded=0;" value="">
          <mxGeometry height="50" relative="1" width="50" as="geometry">
            <mxPoint x="520" y="649.6600000000001" as="sourcePoint" />
            <mxPoint x="560" y="649.6600000000001" as="targetPoint" />
          </mxGeometry>
        </mxCell>
        <mxCell id="BZ9neWvH9tw47nREzwFn-72" parent="1" style="text;html=1;whiteSpace=wrap;strokeColor=none;fillColor=none;align=center;verticalAlign=middle;rounded=0;fontStyle=1" value="HRDATA[31:0]" vertex="1">
          <mxGeometry height="20" width="90" x="560" y="640" as="geometry" />
        </mxCell>
        <mxCell id="BZ9neWvH9tw47nREzwFn-73" parent="1" style="text;html=1;whiteSpace=wrap;strokeColor=none;fillColor=none;align=center;verticalAlign=middle;rounded=0;fontStyle=1" value="&lt;span style=&quot;font-weight: normal;&quot;&gt;Data&lt;/span&gt;" vertex="1">
          <mxGeometry height="20" width="60" x="155" y="640" as="geometry" />
        </mxCell>
        <mxCell id="BZ9neWvH9tw47nREzwFn-74" parent="1" style="text;html=1;whiteSpace=wrap;strokeColor=none;fillColor=none;align=center;verticalAlign=middle;rounded=0;fontStyle=1" value="&lt;span style=&quot;font-weight: normal;&quot;&gt;Data&lt;/span&gt;" vertex="1">
          <mxGeometry height="20" width="50" x="675" y="640" as="geometry" />
        </mxCell>
        <mxCell id="BZ9neWvH9tw47nREzwFn-75" parent="1" style="text;html=1;whiteSpace=wrap;strokeColor=none;fillColor=none;align=center;verticalAlign=middle;rounded=0;fontStyle=1" value="&lt;span style=&quot;font-weight: normal;&quot;&gt;Transfer response&lt;/span&gt;" vertex="1">
          <mxGeometry height="20" width="60" x="670" y="487.5" as="geometry" />
        </mxCell>
        <mxCell id="BZ9neWvH9tw47nREzwFn-76" parent="1" style="shape=curlyBracket;whiteSpace=wrap;html=1;rounded=1;labelPosition=left;verticalLabelPosition=middle;align=right;verticalAlign=middle;rotation=-180;" value="" vertex="1">
          <mxGeometry height="35" width="20" x="640" y="480" as="geometry" />
        </mxCell>
        <mxCell id="BZ9neWvH9tw47nREzwFn-77" parent="1" style="text;html=1;whiteSpace=wrap;strokeColor=none;fillColor=none;align=center;verticalAlign=middle;rounded=0;fontStyle=1" value="&lt;span style=&quot;font-weight: normal;&quot;&gt;Select signal&lt;/span&gt;" vertex="1">
          <mxGeometry height="20" width="90" x="140" y="430" as="geometry" />
        </mxCell>
      </root>
    </mxGraphModel>
  </diagram>
  <diagram id="Hd4ECfvz_bm4RMetZK8C" name="Master Interface">
    <mxGraphModel dx="764" dy="1105" grid="1" gridSize="10" guides="1" tooltips="1" connect="1" arrows="1" fold="1" page="1" pageScale="1" pageWidth="850" pageHeight="1100" math="0" shadow="0">
      <root>
        <mxCell id="0" />
        <mxCell id="1" parent="0" />
      </root>
    </mxGraphModel>
  </diagram>
  <diagram id="AYzUWjTrgIps4r00h7mQ" name="Master FSM">
    <mxGraphModel dx="437" dy="631" grid="1" gridSize="10" guides="1" tooltips="1" connect="1" arrows="1" fold="1" page="1" pageScale="1" pageWidth="850" pageHeight="1100" math="0" shadow="0">
      <root>
        <mxCell id="0" />
        <mxCell id="1" parent="0" />
        <mxCell id="gUlQ52oibdo8bB1fHUDe-6" edge="1" parent="1" source="gUlQ52oibdo8bB1fHUDe-1" style="edgeStyle=orthogonalEdgeStyle;rounded=0;orthogonalLoop=1;jettySize=auto;html=1;exitX=1;exitY=0.5;exitDx=0;exitDy=0;entryX=0;entryY=0.5;entryDx=0;entryDy=0;" target="gUlQ52oibdo8bB1fHUDe-2">
          <mxGeometry relative="1" as="geometry" />
        </mxCell>
        <mxCell id="gUlQ52oibdo8bB1fHUDe-8" edge="1" parent="1" source="gUlQ52oibdo8bB1fHUDe-1" style="edgeStyle=orthogonalEdgeStyle;rounded=0;orthogonalLoop=1;jettySize=auto;html=1;entryX=0.5;entryY=0;entryDx=0;entryDy=0;" target="gUlQ52oibdo8bB1fHUDe-5">
          <mxGeometry relative="1" as="geometry" />
        </mxCell>
        <mxCell id="gUlQ52oibdo8bB1fHUDe-1" parent="1" style="ellipse;whiteSpace=wrap;html=1;" value="IDLE" vertex="1">
          <mxGeometry height="80" width="120" x="200" y="200" as="geometry" />
        </mxCell>
        <mxCell id="gUlQ52oibdo8bB1fHUDe-7" edge="1" parent="1" source="gUlQ52oibdo8bB1fHUDe-2" style="edgeStyle=orthogonalEdgeStyle;rounded=0;orthogonalLoop=1;jettySize=auto;html=1;entryX=0.5;entryY=0;entryDx=0;entryDy=0;" target="gUlQ52oibdo8bB1fHUDe-3">
          <mxGeometry relative="1" as="geometry" />
        </mxCell>
        <mxCell id="gUlQ52oibdo8bB1fHUDe-2" parent="1" style="ellipse;whiteSpace=wrap;html=1;" value="WR_ADDR_PHASE" vertex="1">
          <mxGeometry height="80" width="120" x="440" y="200" as="geometry" />
        </mxCell>
        <mxCell id="gUlQ52oibdo8bB1fHUDe-10" edge="1" parent="1" source="gUlQ52oibdo8bB1fHUDe-3" style="edgeStyle=orthogonalEdgeStyle;rounded=0;orthogonalLoop=1;jettySize=auto;html=1;entryX=0.5;entryY=0;entryDx=0;entryDy=0;" target="gUlQ52oibdo8bB1fHUDe-9">
          <mxGeometry relative="1" as="geometry" />
        </mxCell>
        <mxCell id="8WBKzOnGMAMBHIHuB8Qa-4" edge="1" parent="1" source="gUlQ52oibdo8bB1fHUDe-3" style="edgeStyle=orthogonalEdgeStyle;rounded=0;orthogonalLoop=1;jettySize=auto;html=1;entryX=1;entryY=0.5;entryDx=0;entryDy=0;" target="gUlQ52oibdo8bB1fHUDe-5">
          <mxGeometry relative="1" as="geometry" />
        </mxCell>
        <mxCell id="gUlQ52oibdo8bB1fHUDe-3" parent="1" style="ellipse;whiteSpace=wrap;html=1;" value="WR_DATA_PHASE" vertex="1">
          <mxGeometry height="80" width="120" x="440" y="360" as="geometry" />
        </mxCell>
        <mxCell id="gUlQ52oibdo8bB1fHUDe-11" edge="1" parent="1" source="gUlQ52oibdo8bB1fHUDe-4" style="edgeStyle=orthogonalEdgeStyle;rounded=0;orthogonalLoop=1;jettySize=auto;html=1;entryX=0;entryY=0.5;entryDx=0;entryDy=0;" target="gUlQ52oibdo8bB1fHUDe-9">
          <mxGeometry relative="1" as="geometry" />
        </mxCell>
        <mxCell id="8WBKzOnGMAMBHIHuB8Qa-6" edge="1" parent="1" source="gUlQ52oibdo8bB1fHUDe-4" style="edgeStyle=orthogonalEdgeStyle;rounded=0;orthogonalLoop=1;jettySize=auto;html=1;exitX=0;exitY=0.5;exitDx=0;exitDy=0;entryX=0;entryY=0.5;entryDx=0;entryDy=0;" target="gUlQ52oibdo8bB1fHUDe-1">
          <mxGeometry relative="1" as="geometry">
            <Array as="points">
              <mxPoint x="160.03" y="560.03" />
              <mxPoint x="160.03" y="240.03" />
            </Array>
          </mxGeometry>
        </mxCell>
        <mxCell id="gUlQ52oibdo8bB1fHUDe-4" parent="1" style="ellipse;whiteSpace=wrap;html=1;" value="RD_DATA_PHASE" vertex="1">
          <mxGeometry height="80" width="120" x="200" y="520" as="geometry" />
        </mxCell>
        <mxCell id="8WBKzOnGMAMBHIHuB8Qa-3" edge="1" parent="1" source="gUlQ52oibdo8bB1fHUDe-5" style="edgeStyle=orthogonalEdgeStyle;rounded=0;orthogonalLoop=1;jettySize=auto;html=1;" target="gUlQ52oibdo8bB1fHUDe-4" value="">
          <mxGeometry relative="1" as="geometry" />
        </mxCell>
        <mxCell id="gUlQ52oibdo8bB1fHUDe-5" parent="1" style="ellipse;whiteSpace=wrap;html=1;" value="RD_ADDR_PHASE" vertex="1">
          <mxGeometry height="80" width="120" x="200" y="360" as="geometry" />
        </mxCell>
        <mxCell id="gUlQ52oibdo8bB1fHUDe-9" parent="1" style="ellipse;whiteSpace=wrap;html=1;" value="WAIT_STATE" vertex="1">
          <mxGeometry height="80" width="120" x="440" y="520" as="geometry" />
        </mxCell>
        <mxCell id="8WBKzOnGMAMBHIHuB8Qa-1" edge="1" parent="1" source="gUlQ52oibdo8bB1fHUDe-5" style="endArrow=classic;html=1;rounded=0;entryX=0;entryY=0;entryDx=0;entryDy=0;exitX=1;exitY=1;exitDx=0;exitDy=0;" target="gUlQ52oibdo8bB1fHUDe-9" value="">
          <mxGeometry height="50" relative="1" width="50" as="geometry">
            <mxPoint x="350" y="490" as="sourcePoint" />
            <mxPoint x="400" y="440" as="targetPoint" />
          </mxGeometry>
        </mxCell>
        <mxCell id="8WBKzOnGMAMBHIHuB8Qa-5" edge="1" parent="1" source="gUlQ52oibdo8bB1fHUDe-3" style="endArrow=classic;html=1;rounded=0;exitX=0;exitY=0;exitDx=0;exitDy=0;entryX=1;entryY=1;entryDx=0;entryDy=0;" target="gUlQ52oibdo8bB1fHUDe-1" value="">
          <mxGeometry height="50" relative="1" width="50" as="geometry">
            <mxPoint x="370" y="340" as="sourcePoint" />
            <mxPoint x="420" y="290" as="targetPoint" />
          </mxGeometry>
        </mxCell>
      </root>
    </mxGraphModel>
  </diagram>
</mxfile>
